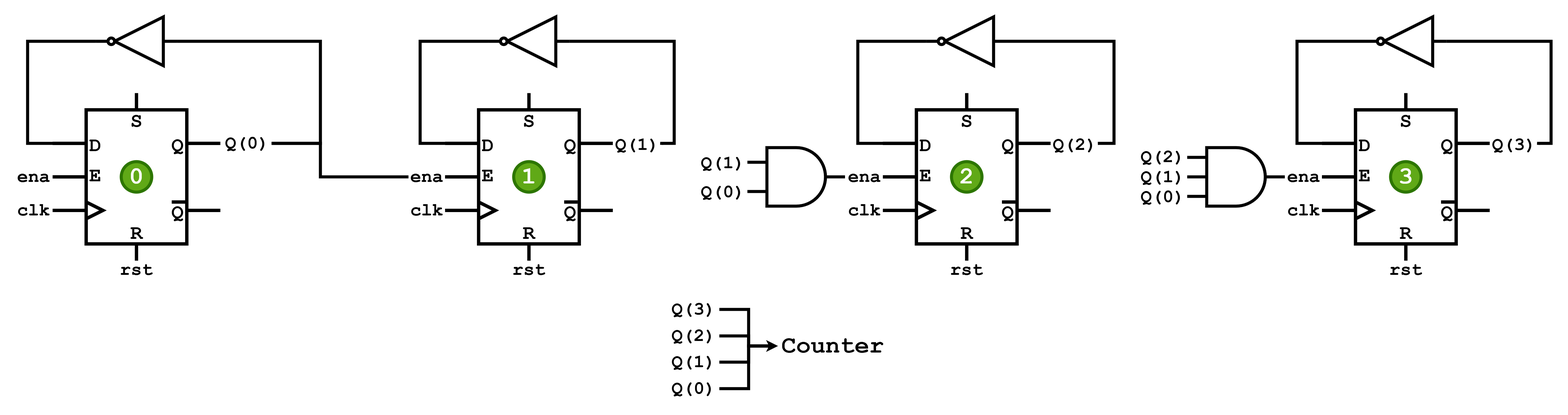
Earlier version of the draw.io export SynchBinCount/SynchBinCount_Img/SynchBinCount_Block.png (SaBuMa/FPGA-Design). Source tidied: cells renumbered, new cells last; positions are measured from the earlier drawing's top-left corner, leaving out a move shared by most shapes. Its diagram source:
```xml
<mxGraphModel>
  <root>
    <mxCell id="0" />
    <mxCell id="1" parent="0" />
    <mxCell id="2" style="verticalLabelPosition=bottom;shadow=0;dashed=0;align=center;html=1;verticalAlign=top;shape=(stored shape, 696 characters);strokeWidth=3;fontSize=136;fontFamily=Courier New;fontStyle=1;" parent="1" vertex="1">
      <mxGeometry x="122" y="250" width="550" height="550" as="geometry" />
    </mxCell>
    <mxCell id="3" style="verticalLabelPosition=bottom;shadow=0;dashed=0;align=center;html=1;verticalAlign=top;shape=mxgraph.electrical.logic_gates.inverter_2;strokeColor=default;strokeWidth=10;fontFamily=Courier New;fontSize=136;fontColor=default;fillColor=default;rotation=180;fontStyle=1;" parent="1" vertex="1">
      <mxGeometry x="263.7" width="266.7" height="160" as="geometry" />
    </mxCell>
    <mxCell id="4" value="ena" style="text;html=1;align=center;verticalAlign=middle;whiteSpace=wrap;rounded=0;fontStyle=1;fontFamily=Courier New;fontSize=60;" parent="1" vertex="1">
      <mxGeometry y="495" width="120" height="60" as="geometry" />
    </mxCell>
    <mxCell id="5" value="clk" style="text;html=1;align=center;verticalAlign=middle;whiteSpace=wrap;rounded=0;fontStyle=1;fontFamily=Courier New;fontSize=60;" parent="1" vertex="1">
      <mxGeometry y="605" width="120" height="60" as="geometry" />
    </mxCell>
    <mxCell id="6" value="rst" style="text;html=1;align=center;verticalAlign=middle;whiteSpace=wrap;rounded=0;fontStyle=1;fontFamily=Courier New;fontSize=60;" parent="1" vertex="1">
      <mxGeometry x="337" y="800" width="120" height="60" as="geometry" />
    </mxCell>
    <mxCell id="7" style="edgeStyle=orthogonalEdgeStyle;rounded=0;jettySize=auto;html=1;exitX=1;exitY=0.5;exitDx=0;exitDy=0;exitPerimeter=0;entryX=0.001;entryY=0.3;entryDx=0;entryDy=0;entryPerimeter=0;endArrow=none;endFill=0;strokeWidth=10;fontFamily=Courier New;fontStyle=1;" parent="1" edge="1" source="3" target="2">
      <mxGeometry relative="1" as="geometry">
        <Array as="points">
          <mxPoint x="40" y="80" />
          <mxPoint x="40" y="415" />
        </Array>
      </mxGeometry>
    </mxCell>
    <mxCell id="8" value="0" style="ellipse;whiteSpace=wrap;html=1;fontSize=80;fontFamily=Courier New;fontStyle=1;fillColor=#60a917;strokeColor=#2D7600;strokeWidth=10;fontColor=#ffffff;" parent="1" vertex="1">
      <mxGeometry x="347" y="475" width="100" height="100" as="geometry" />
    </mxCell>
    <mxCell id="9" style="edgeStyle=orthogonalEdgeStyle;rounded=0;jettySize=auto;html=1;exitX=1;exitY=0.5;exitDx=0;exitDy=0;entryX=0;entryY=0.5;entryDx=0;entryDy=0;strokeWidth=10;endArrow=none;endFill=0;fontFamily=Courier New;fontStyle=1;" parent="1" edge="1" source="10" target="14">
      <mxGeometry relative="1" as="geometry">
        <Array as="points">
          <mxPoint x="1000" y="415" />
          <mxPoint x="1000" y="525" />
        </Array>
      </mxGeometry>
    </mxCell>
    <mxCell id="10" value="Q(0)" style="text;html=1;align=center;verticalAlign=middle;whiteSpace=wrap;rounded=0;fontStyle=1;fontFamily=Courier New;fontSize=60;" parent="1" vertex="1">
      <mxGeometry x="680" y="385" width="160" height="60" as="geometry" />
    </mxCell>
    <mxCell id="11" style="edgeStyle=orthogonalEdgeStyle;rounded=0;jettySize=auto;html=1;exitX=1;exitY=0.5;exitDx=0;exitDy=0;entryX=0;entryY=0.5;entryDx=0;entryDy=0;entryPerimeter=0;strokeWidth=10;endArrow=none;endFill=0;fontFamily=Courier New;fontStyle=1;" parent="1" edge="1" source="10" target="3">
      <mxGeometry relative="1" as="geometry">
        <Array as="points">
          <mxPoint x="1000" y="415" />
          <mxPoint x="1000" y="80" />
        </Array>
      </mxGeometry>
    </mxCell>
    <mxCell id="12" style="verticalLabelPosition=bottom;shadow=0;dashed=0;align=center;html=1;verticalAlign=top;shape=(stored shape, 696 characters);strokeWidth=3;fontSize=136;fontFamily=Courier New;fontStyle=1;strokeColor=default;fontColor=default;fillColor=default;" parent="1" vertex="1">
      <mxGeometry x="1408.8" y="250" width="550" height="550" as="geometry" />
    </mxCell>
    <mxCell id="13" style="verticalLabelPosition=bottom;shadow=0;dashed=0;align=center;html=1;verticalAlign=top;shape=mxgraph.electrical.logic_gates.inverter_2;strokeColor=default;strokeWidth=10;fontFamily=Courier New;fontSize=136;fontColor=default;fillColor=default;rotation=180;fontStyle=1;" parent="1" vertex="1">
      <mxGeometry x="1550.4" width="266.7" height="160" as="geometry" />
    </mxCell>
    <mxCell id="14" value="ena" style="text;html=1;align=center;verticalAlign=middle;whiteSpace=wrap;rounded=0;fontStyle=1;fontFamily=Courier New;fontSize=60;" parent="1" vertex="1">
      <mxGeometry x="1288.8" y="495" width="120" height="60" as="geometry" />
    </mxCell>
    <mxCell id="15" value="clk" style="text;html=1;align=center;verticalAlign=middle;whiteSpace=wrap;rounded=0;fontStyle=1;fontFamily=Courier New;fontSize=60;" parent="1" vertex="1">
      <mxGeometry x="1288.8" y="605" width="120" height="60" as="geometry" />
    </mxCell>
    <mxCell id="16" value="rst" style="text;html=1;align=center;verticalAlign=middle;whiteSpace=wrap;rounded=0;fontStyle=1;fontFamily=Courier New;fontSize=60;" parent="1" vertex="1">
      <mxGeometry x="1623.8" y="800" width="120" height="60" as="geometry" />
    </mxCell>
    <mxCell id="17" style="edgeStyle=orthogonalEdgeStyle;rounded=0;jettySize=auto;html=1;exitX=1;exitY=0.5;exitDx=0;exitDy=0;exitPerimeter=0;entryX=0.001;entryY=0.3;entryDx=0;entryDy=0;entryPerimeter=0;endArrow=none;endFill=0;strokeWidth=10;fontFamily=Courier New;fontStyle=1;" parent="1" edge="1" source="13" target="12">
      <mxGeometry relative="1" as="geometry">
        <Array as="points">
          <mxPoint x="1326.8" y="80" />
          <mxPoint x="1326.8" y="415" />
        </Array>
      </mxGeometry>
    </mxCell>
    <mxCell id="18" value="1" style="ellipse;whiteSpace=wrap;html=1;fontSize=80;fontFamily=Courier New;fontStyle=1;fillColor=#60a917;strokeColor=#2D7600;strokeWidth=10;fontColor=#ffffff;" parent="1" vertex="1">
      <mxGeometry x="1633.8" y="475" width="100" height="100" as="geometry" />
    </mxCell>
    <mxCell id="19" value="Q(1)" style="text;html=1;align=center;verticalAlign=middle;whiteSpace=wrap;rounded=0;fontStyle=1;fontFamily=Courier New;fontSize=60;" parent="1" vertex="1">
      <mxGeometry x="1958.8" y="390" width="160" height="60" as="geometry" />
    </mxCell>
    <mxCell id="20" style="edgeStyle=orthogonalEdgeStyle;rounded=0;jettySize=auto;html=1;exitX=1;exitY=0.5;exitDx=0;exitDy=0;entryX=0;entryY=0.5;entryDx=0;entryDy=0;entryPerimeter=0;strokeWidth=10;endArrow=none;endFill=0;fontFamily=Courier New;fontStyle=1;" parent="1" edge="1" source="19" target="13">
      <mxGeometry relative="1" as="geometry">
        <Array as="points">
          <mxPoint x="2119" y="415" />
          <mxPoint x="2160" y="415" />
          <mxPoint x="2160" y="80" />
        </Array>
      </mxGeometry>
    </mxCell>
    <mxCell id="21" style="verticalLabelPosition=bottom;shadow=0;dashed=0;align=center;html=1;verticalAlign=top;shape=(stored shape, 696 characters);strokeWidth=3;fontSize=136;fontFamily=Courier New;fontStyle=1;strokeColor=default;fontColor=default;fillColor=default;" parent="1" vertex="1">
      <mxGeometry x="2844.1" y="250" width="550" height="550" as="geometry" />
    </mxCell>
    <mxCell id="22" style="verticalLabelPosition=bottom;shadow=0;dashed=0;align=center;html=1;verticalAlign=top;shape=mxgraph.electrical.logic_gates.inverter_2;strokeColor=default;strokeWidth=10;fontFamily=Courier New;fontSize=136;fontColor=default;fillColor=default;rotation=180;fontStyle=1;" parent="1" vertex="1">
      <mxGeometry x="2985.8" width="266.7" height="160" as="geometry" />
    </mxCell>
    <mxCell id="23" value="ena" style="text;html=1;align=center;verticalAlign=middle;whiteSpace=wrap;rounded=0;fontStyle=1;fontFamily=Courier New;fontSize=60;" parent="1" vertex="1">
      <mxGeometry x="2724.1" y="495" width="120" height="60" as="geometry" />
    </mxCell>
    <mxCell id="24" value="clk" style="text;html=1;align=center;verticalAlign=middle;whiteSpace=wrap;rounded=0;fontStyle=1;fontFamily=Courier New;fontSize=60;" parent="1" vertex="1">
      <mxGeometry x="2724.1" y="605" width="120" height="60" as="geometry" />
    </mxCell>
    <mxCell id="25" value="rst" style="text;html=1;align=center;verticalAlign=middle;whiteSpace=wrap;rounded=0;fontStyle=1;fontFamily=Courier New;fontSize=60;" parent="1" vertex="1">
      <mxGeometry x="3059.2" y="800" width="120" height="60" as="geometry" />
    </mxCell>
    <mxCell id="26" style="edgeStyle=orthogonalEdgeStyle;rounded=0;jettySize=auto;html=1;exitX=1;exitY=0.5;exitDx=0;exitDy=0;exitPerimeter=0;entryX=0.001;entryY=0.3;entryDx=0;entryDy=0;entryPerimeter=0;endArrow=none;endFill=0;strokeWidth=10;fontFamily=Courier New;fontStyle=1;" parent="1" edge="1" source="22" target="21">
      <mxGeometry relative="1" as="geometry">
        <Array as="points">
          <mxPoint x="2762.1" y="80" />
          <mxPoint x="2762.1" y="415" />
        </Array>
      </mxGeometry>
    </mxCell>
    <mxCell id="27" value="2" style="ellipse;whiteSpace=wrap;html=1;fontSize=80;fontFamily=Courier New;fontStyle=1;fillColor=#60a917;strokeColor=#2D7600;strokeWidth=10;fontColor=#ffffff;" parent="1" vertex="1">
      <mxGeometry x="3069.1" y="475" width="100" height="100" as="geometry" />
    </mxCell>
    <mxCell id="28" value="Q(2)" style="text;html=1;align=center;verticalAlign=middle;whiteSpace=wrap;rounded=0;fontStyle=1;fontFamily=Courier New;fontSize=60;" parent="1" vertex="1">
      <mxGeometry x="3394.1" y="390" width="160" height="60" as="geometry" />
    </mxCell>
    <mxCell id="29" style="edgeStyle=orthogonalEdgeStyle;rounded=0;jettySize=auto;html=1;exitX=1;exitY=0.5;exitDx=0;exitDy=0;entryX=0;entryY=0.5;entryDx=0;entryDy=0;entryPerimeter=0;strokeWidth=10;endArrow=none;endFill=0;fontFamily=Courier New;fontStyle=1;" parent="1" edge="1" source="28" target="22">
      <mxGeometry relative="1" as="geometry">
        <Array as="points">
          <mxPoint x="3554" y="415" />
          <mxPoint x="3602" y="415" />
          <mxPoint x="3602" y="80" />
        </Array>
      </mxGeometry>
    </mxCell>
    <mxCell id="30" style="verticalLabelPosition=bottom;shadow=0;dashed=0;align=center;html=1;verticalAlign=top;shape=(stored shape, 696 characters);strokeWidth=3;fontSize=136;fontFamily=Courier New;fontStyle=1;" parent="1" vertex="1">
      <mxGeometry x="4283.8" y="250" width="550" height="550" as="geometry" />
    </mxCell>
    <mxCell id="31" style="verticalLabelPosition=bottom;shadow=0;dashed=0;align=center;html=1;verticalAlign=top;shape=mxgraph.electrical.logic_gates.inverter_2;strokeColor=default;strokeWidth=10;fontFamily=Courier New;fontSize=136;fontColor=default;fillColor=default;rotation=180;fontStyle=1;" parent="1" vertex="1">
      <mxGeometry x="4425.5" width="266.7" height="160" as="geometry" />
    </mxCell>
    <mxCell id="32" value="ena" style="text;html=1;align=center;verticalAlign=middle;whiteSpace=wrap;rounded=0;fontStyle=1;fontFamily=Courier New;fontSize=60;" parent="1" vertex="1">
      <mxGeometry x="4163.8" y="495" width="120" height="60" as="geometry" />
    </mxCell>
    <mxCell id="33" value="clk" style="text;html=1;align=center;verticalAlign=middle;whiteSpace=wrap;rounded=0;fontStyle=1;fontFamily=Courier New;fontSize=60;" parent="1" vertex="1">
      <mxGeometry x="4163.8" y="605" width="120" height="60" as="geometry" />
    </mxCell>
    <mxCell id="34" value="rst" style="text;html=1;align=center;verticalAlign=middle;whiteSpace=wrap;rounded=0;fontStyle=1;fontFamily=Courier New;fontSize=60;" parent="1" vertex="1">
      <mxGeometry x="4498.8" y="800" width="120" height="60" as="geometry" />
    </mxCell>
    <mxCell id="35" style="edgeStyle=orthogonalEdgeStyle;rounded=0;jettySize=auto;html=1;exitX=1;exitY=0.5;exitDx=0;exitDy=0;exitPerimeter=0;entryX=0.001;entryY=0.3;entryDx=0;entryDy=0;entryPerimeter=0;endArrow=none;endFill=0;strokeWidth=10;fontFamily=Courier New;fontStyle=1;" parent="1" edge="1" source="31" target="30">
      <mxGeometry relative="1" as="geometry">
        <Array as="points">
          <mxPoint x="4201.8" y="80" />
          <mxPoint x="4201.8" y="415" />
        </Array>
      </mxGeometry>
    </mxCell>
    <mxCell id="36" value="3" style="ellipse;whiteSpace=wrap;html=1;fontSize=80;fontFamily=Courier New;fontStyle=1;fillColor=#60a917;strokeColor=#2D7600;strokeWidth=10;fontColor=#ffffff;" parent="1" vertex="1">
      <mxGeometry x="4508.8" y="475" width="100" height="100" as="geometry" />
    </mxCell>
    <mxCell id="37" value="Q(3)" style="text;html=1;align=center;verticalAlign=middle;whiteSpace=wrap;rounded=0;fontStyle=1;fontFamily=Courier New;fontSize=60;" parent="1" vertex="1">
      <mxGeometry x="4833.8" y="390" width="160" height="60" as="geometry" />
    </mxCell>
    <mxCell id="38" style="edgeStyle=orthogonalEdgeStyle;rounded=0;jettySize=auto;html=1;exitX=1;exitY=0.5;exitDx=0;exitDy=0;entryX=0;entryY=0.5;entryDx=0;entryDy=0;entryPerimeter=0;strokeWidth=10;endArrow=none;endFill=0;fontFamily=Courier New;fontStyle=1;" parent="1" edge="1" source="37" target="31">
      <mxGeometry relative="1" as="geometry">
        <Array as="points">
          <mxPoint x="4993.9" y="415" />
          <mxPoint x="5034.9" y="415" />
          <mxPoint x="5034.9" y="80" />
        </Array>
      </mxGeometry>
    </mxCell>
    <mxCell id="39" style="edgeStyle=orthogonalEdgeStyle;rounded=0;jettySize=auto;html=1;exitX=1;exitY=0.5;exitDx=0;exitDy=0;exitPerimeter=0;entryX=0;entryY=0.5;entryDx=0;entryDy=0;strokeWidth=10;endArrow=none;endFill=0;fontFamily=Courier New;fontStyle=1;" parent="1" edge="1" source="40" target="23">
      <mxGeometry relative="1" as="geometry" />
    </mxCell>
    <mxCell id="40" style="verticalLabelPosition=bottom;shadow=0;dashed=0;align=center;html=1;verticalAlign=top;shape=mxgraph.electrical.logic_gates.logic_gate;operation=and;strokeColor=default;strokeWidth=10;fontFamily=Courier New;fontSize=65;fontColor=default;fontStyle=1;fillColor=default;" parent="1" vertex="1">
      <mxGeometry x="2400" y="429" width="320" height="192" as="geometry" />
    </mxCell>
    <mxCell id="41" style="edgeStyle=orthogonalEdgeStyle;rounded=0;jettySize=auto;html=1;exitX=1;exitY=0.5;exitDx=0;exitDy=0;exitPerimeter=0;entryX=0;entryY=0.5;entryDx=0;entryDy=0;strokeWidth=10;endArrow=none;endFill=0;fontFamily=Courier New;fontStyle=1;" parent="1" edge="1" source="42" target="32">
      <mxGeometry relative="1" as="geometry" />
    </mxCell>
    <mxCell id="42" style="verticalLabelPosition=bottom;shadow=0;dashed=0;align=center;html=1;verticalAlign=top;shape=mxgraph.electrical.logic_gates.logic_gate;operation=and;strokeColor=default;strokeWidth=10;fontFamily=Courier New;fontSize=65;fontColor=default;fontStyle=1;fillColor=default;numInputs=3;" parent="1" vertex="1">
      <mxGeometry x="3842" y="429" width="320" height="192" as="geometry" />
    </mxCell>
    <mxCell id="43" value="Q(0)" style="text;html=1;align=center;verticalAlign=middle;whiteSpace=wrap;rounded=0;fontStyle=1;fontFamily=Courier New;fontSize=60;" parent="1" vertex="1">
      <mxGeometry x="2240" y="545" width="160" height="60" as="geometry" />
    </mxCell>
    <mxCell id="44" value="Q(1)" style="text;html=1;align=center;verticalAlign=middle;whiteSpace=wrap;rounded=0;fontStyle=1;fontFamily=Courier New;fontSize=60;" parent="1" vertex="1">
      <mxGeometry x="2240" y="450" width="160" height="60" as="geometry" />
    </mxCell>
    <mxCell id="45" value="Q(0)" style="text;html=1;align=center;verticalAlign=middle;whiteSpace=wrap;rounded=0;fontStyle=1;fontFamily=Courier New;fontSize=60;" parent="1" vertex="1">
      <mxGeometry x="3682" y="561" width="160" height="60" as="geometry" />
    </mxCell>
    <mxCell id="46" value="Q(1)" style="text;html=1;align=center;verticalAlign=middle;whiteSpace=wrap;rounded=0;fontStyle=1;fontFamily=Courier New;fontSize=60;" parent="1" vertex="1">
      <mxGeometry x="3682" y="496" width="160" height="60" as="geometry" />
    </mxCell>
    <mxCell id="47" value="Q(2)" style="text;html=1;align=center;verticalAlign=middle;whiteSpace=wrap;rounded=0;fontStyle=1;fontFamily=Courier New;fontSize=60;" parent="1" vertex="1">
      <mxGeometry x="3682" y="430" width="160" height="60" as="geometry" />
    </mxCell>
    <mxCell id="48" style="edgeStyle=orthogonalEdgeStyle;rounded=0;jettySize=auto;html=1;exitX=1;exitY=0.5;exitDx=0;exitDy=0;entryX=0;entryY=0.5;entryDx=0;entryDy=0;strokeWidth=10;fontFamily=Courier New;fontStyle=1;" parent="1" edge="1" source="49" target="56">
      <mxGeometry relative="1" as="geometry" />
    </mxCell>
    <mxCell id="49" value="Q(0)" style="text;html=1;align=center;verticalAlign=middle;whiteSpace=wrap;rounded=0;fontStyle=1;fontFamily=Courier New;fontSize=60;" parent="1" vertex="1">
      <mxGeometry x="2140" y="1190" width="168" height="60" as="geometry" />
    </mxCell>
    <mxCell id="50" style="edgeStyle=orthogonalEdgeStyle;rounded=0;jettySize=auto;html=1;exitX=1;exitY=0.5;exitDx=0;exitDy=0;entryX=0;entryY=0.5;entryDx=0;entryDy=0;strokeWidth=10;fontFamily=Courier New;fontStyle=1;" parent="1" edge="1" source="51" target="56">
      <mxGeometry relative="1" as="geometry" />
    </mxCell>
    <mxCell id="51" value="Q(1)" style="text;html=1;align=center;verticalAlign=middle;whiteSpace=wrap;rounded=0;fontStyle=1;fontFamily=Courier New;fontSize=60;" parent="1" vertex="1">
      <mxGeometry x="2140" y="1103" width="168" height="60" as="geometry" />
    </mxCell>
    <mxCell id="52" style="edgeStyle=orthogonalEdgeStyle;rounded=0;jettySize=auto;html=1;exitX=1;exitY=0.5;exitDx=0;exitDy=0;entryX=0;entryY=0.5;entryDx=0;entryDy=0;strokeWidth=10;fontFamily=Courier New;fontStyle=1;" parent="1" edge="1" source="53" target="56">
      <mxGeometry relative="1" as="geometry" />
    </mxCell>
    <mxCell id="53" value="Q(2)" style="text;html=1;align=center;verticalAlign=middle;whiteSpace=wrap;rounded=0;fontStyle=1;fontFamily=Courier New;fontSize=60;" parent="1" vertex="1">
      <mxGeometry x="2140" y="1017" width="168" height="60" as="geometry" />
    </mxCell>
    <mxCell id="54" style="edgeStyle=orthogonalEdgeStyle;rounded=0;jettySize=auto;html=1;exitX=1;exitY=0.5;exitDx=0;exitDy=0;entryX=0;entryY=0.5;entryDx=0;entryDy=0;strokeWidth=10;fontFamily=Courier New;fontStyle=1;" parent="1" edge="1" source="55" target="56">
      <mxGeometry relative="1" as="geometry" />
    </mxCell>
    <mxCell id="55" value="Q(3)" style="text;html=1;align=center;verticalAlign=middle;whiteSpace=wrap;rounded=0;fontStyle=1;fontFamily=Courier New;fontSize=60;" parent="1" vertex="1">
      <mxGeometry x="2140" y="930" width="168" height="60" as="geometry" />
    </mxCell>
    <mxCell id="56" value="Counter" style="text;html=1;align=center;verticalAlign=middle;whiteSpace=wrap;rounded=0;fontStyle=1;fontFamily=Courier New;fontSize=80;" parent="1" vertex="1">
      <mxGeometry x="2500" y="1020" width="360" height="120" as="geometry" />
    </mxCell>
  </root>
</mxGraphModel>
```
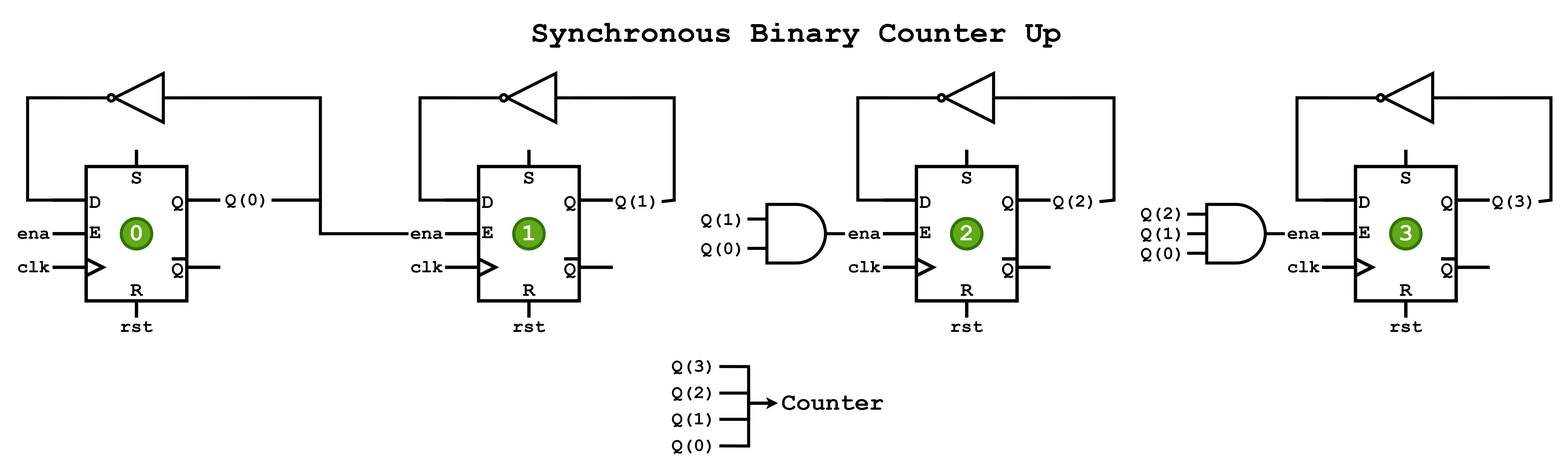
Above is the later version.

What changed in the source:
```diff
@@ -215,5 +215,8 @@
     <mxCell id="56" value="Counter" style="text;html=1;align=center;verticalAlign=middle;whiteSpace=wrap;rounded=0;fontStyle=1;fontFamily=Courier New;fontSize=80;" parent="1" vertex="1">
       <mxGeometry x="2500" y="1020" width="360" height="120" as="geometry" />
     </mxCell>
+    <mxCell id="57" value="Synchronous Binary Counter Up" style="text;html=1;align=center;verticalAlign=middle;whiteSpace=wrap;rounded=0;fontStyle=1;fontFamily=Courier New;fontSize=100;" parent="1" vertex="1">
+      <mxGeometry x="1650" y="-190" width="1820" height="120" as="geometry" />
+    </mxCell>
   </root>
 </mxGraphModel>
```
